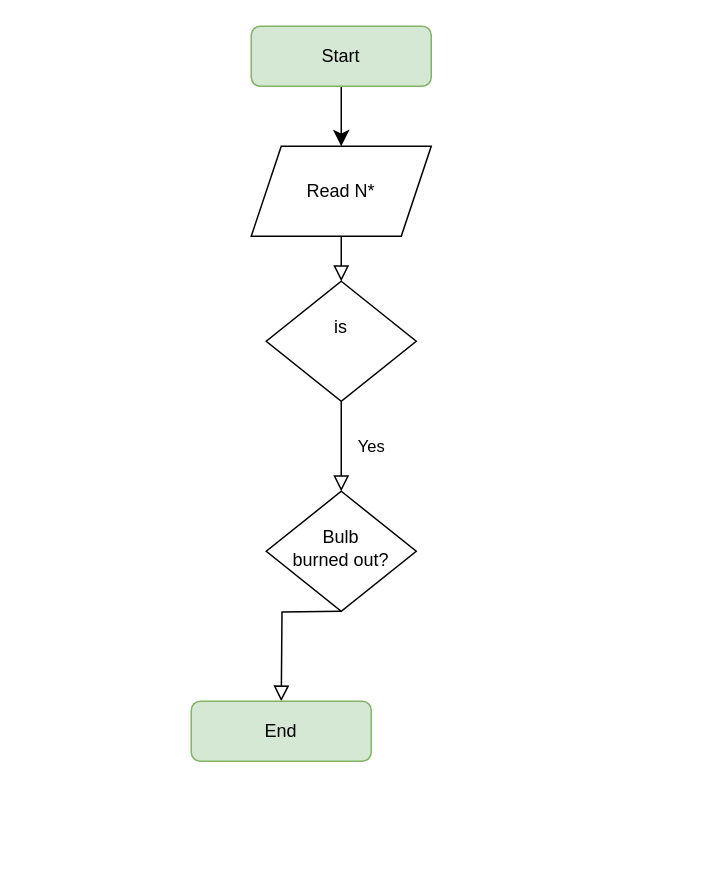
LONGDKZdev/Flowchart keeps this draw.io diagram as Exercise1_13.drawio. Above is the earlier version. Source tidied: cells renumbered, new cells numbered last; positions are measured from the earlier drawing's top-left corner, leaving out a move shared by most shapes. Both pictures are drawn from the tidied source at 150%, with x=0, y=0 at pixel (190, 26).
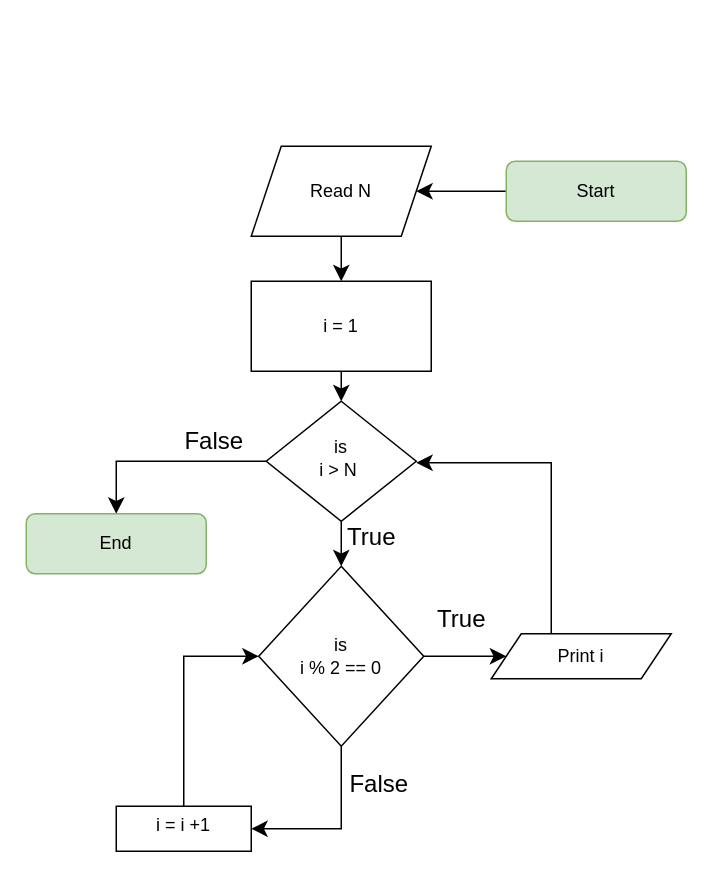
The same page after the edit.

Change to the diagram source:
```diff
@@
-    <mxCell id="2" style="rounded=0;html=1;jettySize=auto;fontSize=11;endArrow=block;endFill=0;endSize=8;strokeWidth=1;shadow=0;labelBackgroundColor=none;edgeStyle=orthogonalEdgeStyle;exitX=0.5;exitY=1;exitDx=0;exitDy=0;" parent="1" edge="1" source="10" target="6">
-      <mxGeometry relative="1" as="geometry" />
-    </mxCell>
@@
     <mxCell id="4" value="Start" style="rounded=1;whiteSpace=wrap;html=1;fontSize=12;glass=0;strokeWidth=1;shadow=0;fillColor=#d5e8d4;strokeColor=#82b366;" parent="1" vertex="1">
-      <mxGeometry x="40" width="120" height="40" as="geometry" />
+      <mxGeometry x="210" y="90" width="120" height="40" as="geometry" />
     </mxCell>
-    <mxCell id="5" value="Yes" style="rounded=0;html=1;jettySize=auto;fontSize=11;endArrow=block;endFill=0;endSize=8;strokeWidth=1;shadow=0;labelBackgroundColor=none;edgeStyle=orthogonalEdgeStyle;" parent="1" edge="1" source="6" target="8">
-      <mxGeometry y="20" relative="1" as="geometry" />
-    </mxCell>
+    <mxCell id="11" style="edgeStyle=none;curved=1;rounded=0;jettySize=auto;html=1;fontSize=12;startSize=8;endSize=8;" parent="1" edge="1" source="6" target="22">
+      <mxGeometry relative="1" as="geometry" />
+    </mxCell>
+    <mxCell id="12" style="edgeStyle=orthogonalEdgeStyle;rounded=0;jettySize=auto;html=1;entryX=0.5;entryY=0;entryDx=0;entryDy=0;fontSize=12;startSize=8;endSize=8;" parent="1" edge="1" source="6" target="9">
+      <mxGeometry relative="1" as="geometry" />
+    </mxCell>
-    <mxCell id="6" value="is&lt;div&gt;&lt;br&gt;&lt;/div&gt;" style="rhombus;whiteSpace=wrap;html=1;shadow=0;fontFamily=Helvetica;fontSize=12;align=center;strokeWidth=1;spacing=6;spacingTop=-4;" parent="1" vertex="1">
-      <mxGeometry x="50" y="170" width="100" height="80" as="geometry" />
+    <mxCell id="6" value="is&lt;div&gt;i &amp;gt; N&amp;nbsp;&lt;/div&gt;" style="rhombus;whiteSpace=wrap;html=1;shadow=0;fontFamily=Helvetica;fontSize=12;align=center;strokeWidth=1;spacing=6;spacingTop=-4;" parent="1" vertex="1">
+      <mxGeometry x="50" y="250" width="100" height="80" as="geometry" />
     </mxCell>
-    <mxCell id="7" style="rounded=0;html=1;jettySize=auto;orthogonalLoop=1;fontSize=11;endArrow=block;endFill=0;endSize=8;strokeWidth=1;shadow=0;labelBackgroundColor=none;edgeStyle=orthogonalEdgeStyle;" parent="1" edge="1">
-      <mxGeometry x="0.33" y="20" relative="1" as="geometry">
-        <mxPoint x="100" y="390" as="sourcePoint" />
-        <mxPoint x="60" y="450" as="targetPoint" />
-      </mxGeometry>
-    </mxCell>
-    <mxCell id="8" value="Bulb&lt;br&gt;burned out?" style="rhombus;whiteSpace=wrap;html=1;shadow=0;fontFamily=Helvetica;fontSize=12;align=center;strokeWidth=1;spacing=6;spacingTop=-4;" parent="1" vertex="1">
-      <mxGeometry x="50" y="310" width="100" height="80" as="geometry" />
-    </mxCell>
     <mxCell id="9" value="End" style="rounded=1;whiteSpace=wrap;html=1;fontSize=12;glass=0;strokeWidth=1;shadow=0;fillColor=#d5e8d4;strokeColor=#82b366;" parent="1" vertex="1">
-      <mxGeometry y="450" width="120" height="40" as="geometry" />
+      <mxGeometry x="-110" y="325" width="120" height="40" as="geometry" />
     </mxCell>
+    <mxCell id="13" style="edgeStyle=none;curved=1;rounded=0;jettySize=auto;html=1;fontSize=12;startSize=8;endSize=8;" parent="1" edge="1" source="10" target="15">
+      <mxGeometry relative="1" as="geometry" />
+    </mxCell>
-    <mxCell id="10" value="Read N*" style="shape=parallelogram;perimeter=parallelogramPerimeter;whiteSpace=wrap;html=1;fixedSize=1;" parent="1" vertex="1">
+    <mxCell id="10" value="Read N" style="shape=parallelogram;perimeter=parallelogramPerimeter;whiteSpace=wrap;html=1;fixedSize=1;" parent="1" vertex="1">
       <mxGeometry x="40" y="80" width="120" height="60" as="geometry" />
     </mxCell>
+    <mxCell id="14" style="edgeStyle=none;curved=1;rounded=0;jettySize=auto;html=1;entryX=0.5;entryY=0;entryDx=0;entryDy=0;fontSize=12;startSize=8;endSize=8;" parent="1" edge="1" source="15" target="6">
+      <mxGeometry relative="1" as="geometry" />
+    </mxCell>
+    <mxCell id="15" value="i = 1" style="whiteSpace=wrap;html=1;" parent="1" vertex="1">
+      <mxGeometry x="40" y="170" width="120" height="60" as="geometry" />
+    </mxCell>
+    <mxCell id="16" value="False" style="text;html=1;align=center;verticalAlign=middle;strokeColor=none;fillColor=none;fontSize=16;" parent="1" vertex="1">
+      <mxGeometry x="-15" y="261" width="60" height="30" as="geometry" />
+    </mxCell>
+    <mxCell id="17" style="edgeStyle=orthogonalEdgeStyle;rounded=0;jettySize=auto;html=1;entryX=0;entryY=0.5;entryDx=0;entryDy=0;fontSize=12;startSize=8;endSize=8;exitX=0.5;exitY=0;exitDx=0;exitDy=0;" parent="1" edge="1" source="18" target="22">
+      <mxGeometry relative="1" as="geometry">
+        <Array as="points">
+          <mxPoint x="-5" y="420" />
+        </Array>
+      </mxGeometry>
+    </mxCell>
+    <mxCell id="18" value="i = i +1" style="whiteSpace=wrap;html=1;shadow=0;strokeWidth=1;spacing=6;spacingTop=-4;" parent="1" vertex="1">
+      <mxGeometry x="-50" y="520" width="90" height="30" as="geometry" />
+    </mxCell>
+    <mxCell id="19" value="True" style="text;html=1;align=center;verticalAlign=middle;strokeColor=none;fillColor=none;fontSize=16;" parent="1" vertex="1">
+      <mxGeometry x="90" y="325" width="60" height="30" as="geometry" />
+    </mxCell>
+    <mxCell id="20" style="edgeStyle=orthogonalEdgeStyle;rounded=0;jettySize=auto;html=1;entryX=1;entryY=0.5;entryDx=0;entryDy=0;fontSize=12;startSize=8;endSize=8;exitX=0.5;exitY=1;exitDx=0;exitDy=0;" parent="1" edge="1" source="22" target="18">
+      <mxGeometry relative="1" as="geometry">
+        <Array as="points">
+          <mxPoint x="100" y="535" />
+        </Array>
+      </mxGeometry>
+    </mxCell>
+    <mxCell id="21" style="edgeStyle=orthogonalEdgeStyle;rounded=0;jettySize=auto;html=1;entryX=0;entryY=0.5;entryDx=0;entryDy=0;fontSize=12;startSize=8;endSize=8;exitX=1;exitY=0.5;exitDx=0;exitDy=0;" parent="1" edge="1" source="22" target="25">
+      <mxGeometry relative="1" as="geometry" />
+    </mxCell>
+    <mxCell id="22" value="&lt;div&gt;is&lt;/div&gt;i % 2 == 0" style="rhombus;whiteSpace=wrap;html=1;" parent="1" vertex="1">
+      <mxGeometry x="45" y="360" width="110" height="120" as="geometry" />
+    </mxCell>
+    <mxCell id="23" value="False" style="text;html=1;align=center;verticalAlign=middle;strokeColor=none;fillColor=none;fontSize=16;" parent="1" vertex="1">
+      <mxGeometry x="95" y="490" width="60" height="30" as="geometry" />
+    </mxCell>
+    <mxCell id="24" style="edgeStyle=orthogonalEdgeStyle;rounded=0;orthogonalLoop=1;jettySize=auto;html=1;fontSize=12;startSize=8;endSize=8;entryX=1;entryY=1;entryDx=0;entryDy=0;" parent="1" edge="1">
+      <mxGeometry relative="1" as="geometry">
+        <mxPoint x="240" y="400" as="sourcePoint" />
+        <mxPoint x="150" y="291" as="targetPoint" />
+        <Array as="points">
+          <mxPoint x="240" y="406" />
+          <mxPoint x="240" y="291" />
+        </Array>
+      </mxGeometry>
+    </mxCell>
+    <mxCell id="25" value="Print i" style="shape=parallelogram;perimeter=parallelogramPerimeter;whiteSpace=wrap;html=1;fixedSize=1;" parent="1" vertex="1">
+      <mxGeometry x="200" y="405" width="120" height="30" as="geometry" />
+    </mxCell>
+    <mxCell id="26" value="True" style="text;html=1;align=center;verticalAlign=middle;strokeColor=none;fillColor=none;fontSize=16;" parent="1" vertex="1">
+      <mxGeometry x="150" y="380" width="60" height="30" as="geometry" />
+    </mxCell>
```
